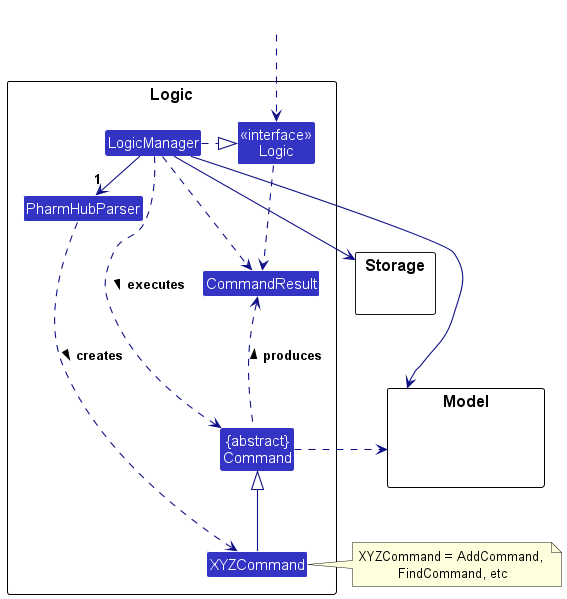
Above: docs/images/LogicClassDiagram.png in timetraveller-123/tp (PlantUML), before the change. Its diagram source:
```plantuml
@startuml
!include style.puml
skinparam arrowThickness 1.1
skinparam arrowColor LOGIC_COLOR_T4
skinparam classBackgroundColor LOGIC_COLOR

package Logic as LogicPackage {

Class PharmHubParser
Class XYZCommand
Class CommandResult
Class "{abstract}\nCommand" as Command


Class "<<interface>>\nLogic" as Logic
Class LogicManager
}

package Model {
Class HiddenModel #FFFFFF
}

package Storage {
}

Class HiddenOutside #FFFFFF
HiddenOutside ..> Logic

LogicManager .right.|> Logic
LogicManager -right->"1" PharmHubParser
PharmHubParser ..> XYZCommand : creates >

XYZCommand -up-|> Command
LogicManager .left.> Command : executes >

LogicManager --> Model
LogicManager --> Storage
Storage --[hidden] Model
Command .[hidden]up.> Storage
Command .right.> Model
note right of XYZCommand: XYZCommand = AddCommand, \nFindCommand, etc

Logic ..> CommandResult
LogicManager .down.> CommandResult
Command .up.> CommandResult : produces >
@enduml
```
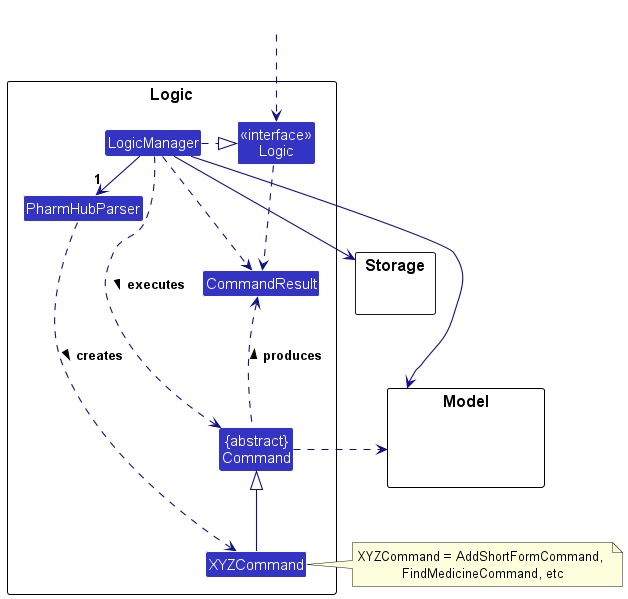
The same diagram one commit later.

Commit message:
docs: Update diagrams for Logic component

What changed in the source:
```diff
@@ -38,7 +38,7 @@
 Storage --[hidden] Model
 Command .[hidden]up.> Storage
 Command .right.> Model
-note right of XYZCommand: XYZCommand = AddCommand, \nFindCommand, etc
+note right of XYZCommand: XYZCommand = AddShortFormCommand, \nFindMedicineCommand, etc
 
 Logic ..> CommandResult
 LogicManager .down.> CommandResult
```
